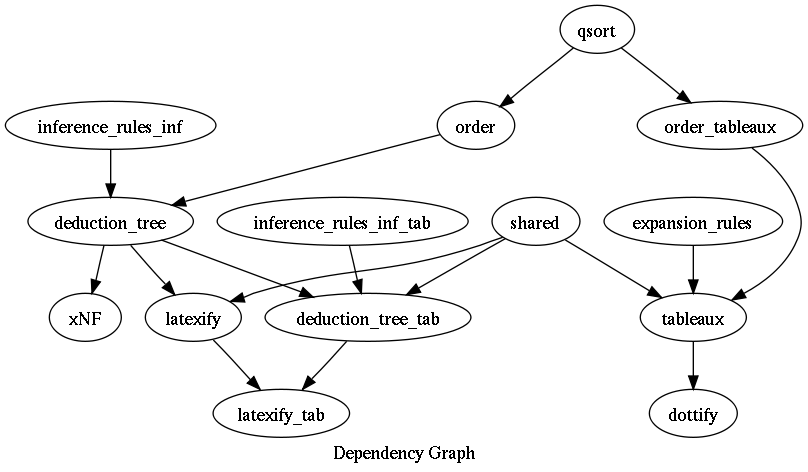
Before: dependency_graph.png, a diagram exported from Graphviz (rispoli/seq-tab). Its source is kept beside it as dependency_graph.dot. The source it was exported from:
```dot
digraph DG {
	label = "Dependency Graph";
	deduction_tree -> deduction_tree_tab;
	deduction_tree -> latexify;
	deduction_tree -> xNF;
	deduction_tree_tab -> latexify_tab;
	expansion_rules -> tableaux;
	inference_rules_inf -> deduction_tree;
	inference_rules_inf_tab -> deduction_tree_tab;
	latexify -> latexify_tab;
	qsort -> order;
	qsort -> order_tableaux;
	shared -> deduction_tree_tab;
	shared -> latexify;
	shared -> tableaux;
	tableaux -> dottify;
	order -> deduction_tree;
	order_tableaux -> tableaux;
}
```
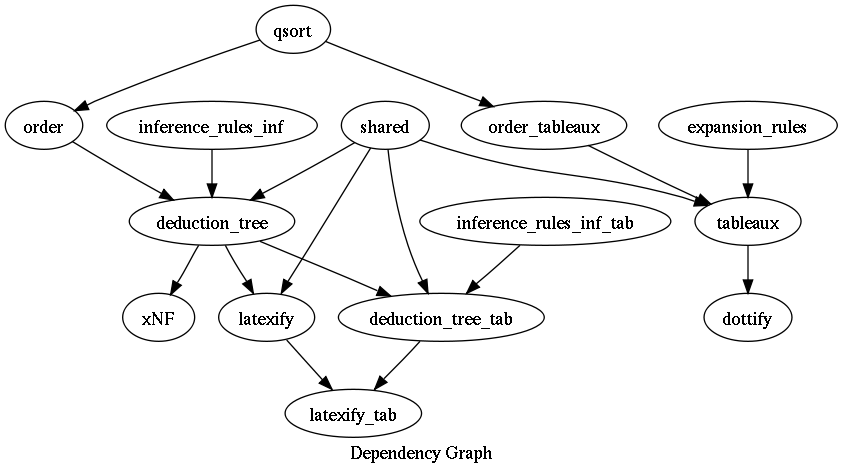
The same diagram one commit later.

What changed in the source:
```diff
@@ -10,6 +10,7 @@
 	latexify -> latexify_tab;
 	qsort -> order;
 	qsort -> order_tableaux;
+	shared -> deduction_tree;
 	shared -> deduction_tree_tab;
 	shared -> latexify;
 	shared -> tableaux;
```
